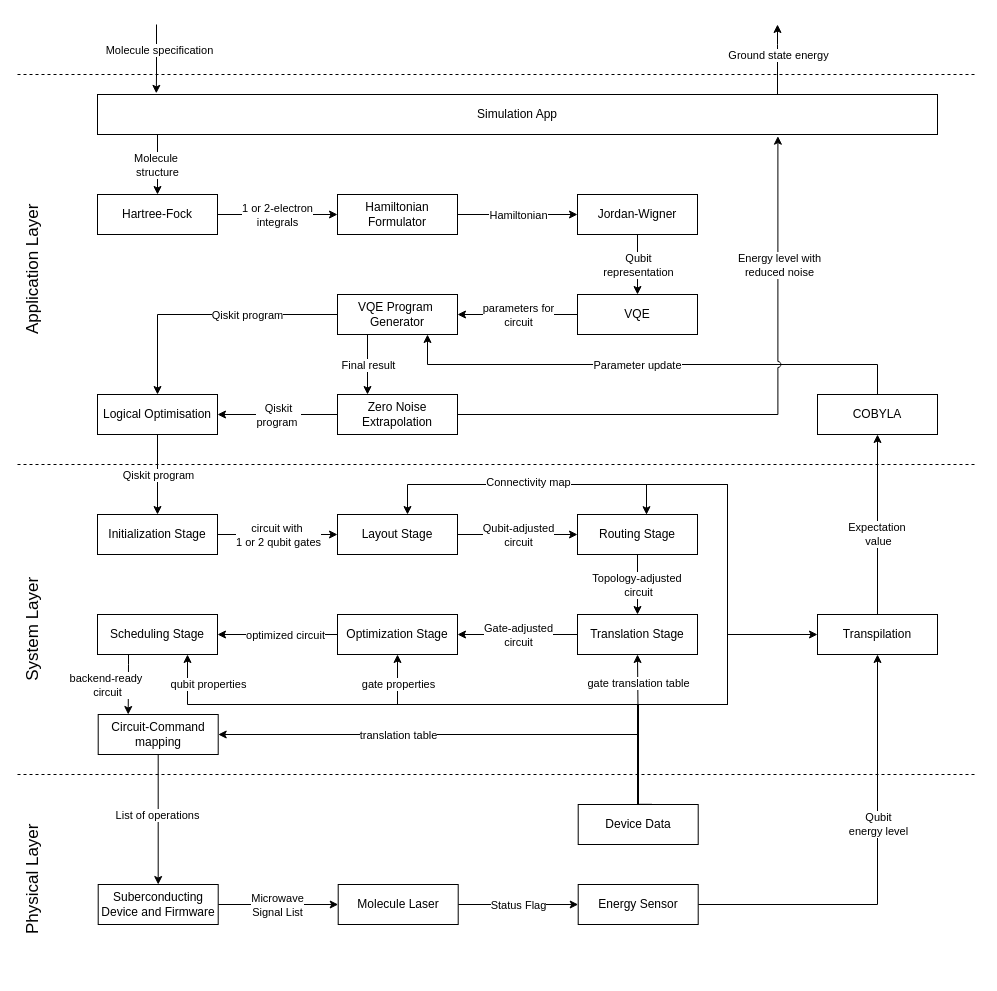
This is page "scenario1" (1 of 3) of docs/images/RuntimeView.drawio from FullStaQD/architecture, a draw.io file, before an edit. Source tidied: cells renumbered, new cells numbered last; positions are measured from the earlier drawing's top-left corner, leaving out a move shared by most shapes. Both pictures are drawn from the tidied source at 100%, with x=0, y=0 at pixel (-53, 24).
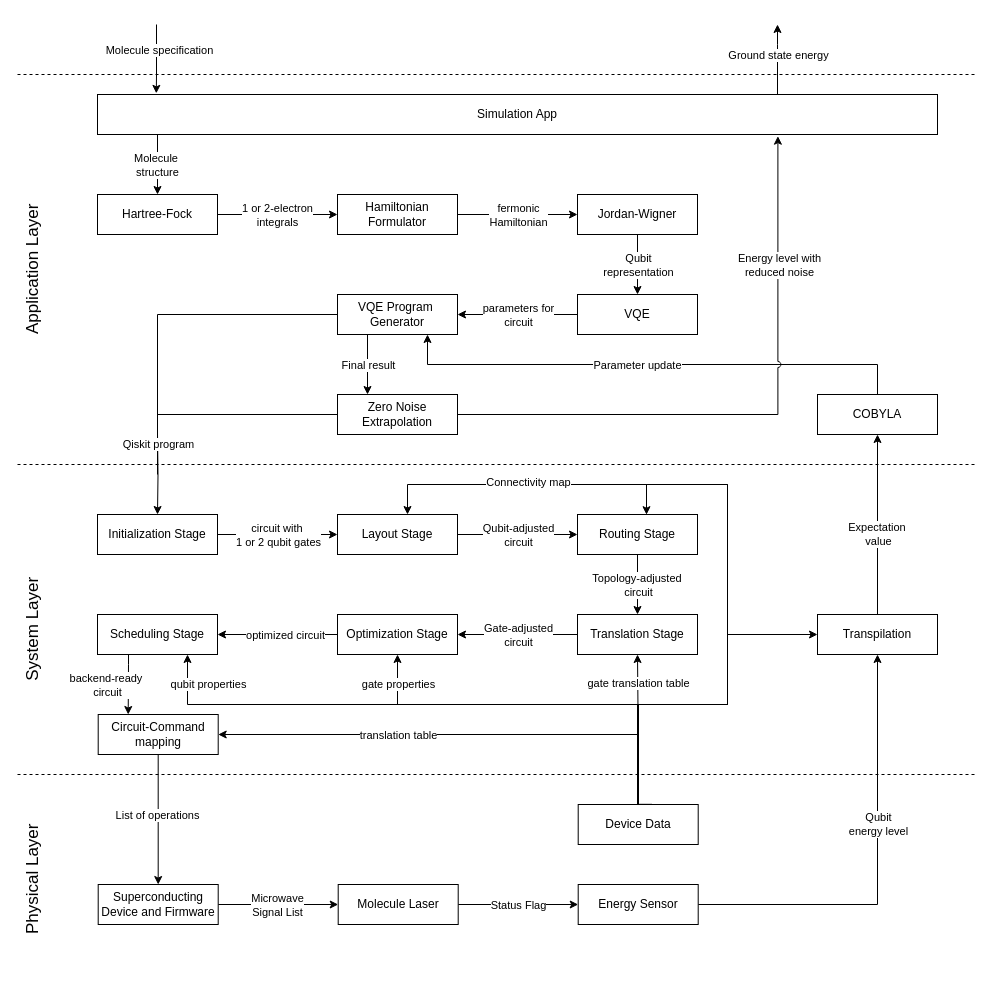
After the change.

The change refers to these unchanged cells:
```xml
<mxCell id="13" style="edgeStyle=orthogonalEdgeStyle;rounded=0;jettySize=auto;html=1;entryX=0;entryY=0.5;entryDx=0;entryDy=0;" parent="1" edge="1" source="16" target="12">
  <mxGeometry relative="1" as="geometry" />
</mxCell>
<mxCell id="25" value="VQE Program&amp;nbsp;&lt;div&gt;Generator&lt;/div&gt;" style="rounded=0;whiteSpace=wrap;html=1;" parent="1" vertex="1">
  <mxGeometry x="390" y="270" width="120" height="40" as="geometry" />
</mxCell>
<mxCell id="37" value="Initialization Stage" style="rounded=0;whiteSpace=wrap;html=1;" parent="1" vertex="1">
  <mxGeometry x="150" y="490" width="120" height="40" as="geometry" />
</mxCell>
<mxCell id="74" value="Zero Noise Extrapolation" style="rounded=0;whiteSpace=wrap;html=1;" parent="1" vertex="1">
  <mxGeometry x="390" y="370" width="120" height="40" as="geometry" />
</mxCell>
```

Change to the diagram source:
```diff
@@
-    <mxCell id="15" value="Hamiltonian" style="edgeLabel;html=1;align=center;verticalAlign=middle;" parent="13" vertex="1">
+    <mxCell id="15" value="fermonic&lt;div&gt;Hamiltonian&lt;/div&gt;" style="edgeLabel;html=1;align=center;verticalAlign=middle;" parent="13" vertex="1">
       <mxGeometry x="-0.17" y="-3" relative="1" as="geometry">
         <mxPoint x="10" y="-3" as="offset" />
       </mxGeometry>
     </mxCell>
@@
-    <mxCell id="21" style="edgeStyle=orthogonalEdgeStyle;rounded=0;jettySize=auto;html=1;entryX=0.5;entryY=0;entryDx=0;entryDy=0;" parent="1" edge="1" source="25" target="28">
+    <mxCell id="21" style="edgeStyle=orthogonalEdgeStyle;rounded=0;jettySize=auto;html=1;endArrow=none;endFill=0;" parent="1" edge="1" source="25">
       <mxGeometry relative="1" as="geometry">
+        <mxPoint x="210" y="450" as="targetPoint" />
         <Array as="points">
           <mxPoint x="210" y="290" />
         </Array>
       </mxGeometry>
     </mxCell>
-    <mxCell id="22" value="Qiskit program" style="edgeLabel;html=1;align=center;verticalAlign=middle;" parent="21" vertex="1">
-      <mxGeometry x="-0.29" y="1" relative="1" as="geometry">
-        <mxPoint x="1" y="-1" as="offset" />
-      </mxGeometry>
-    </mxCell>
@@
-    <mxCell id="26" style="edgeStyle=orthogonalEdgeStyle;rounded=0;jettySize=auto;html=1;entryX=0.5;entryY=0;entryDx=0;entryDy=0;" parent="1" edge="1" source="28" target="37">
-      <mxGeometry relative="1" as="geometry" />
+    <mxCell id="26" style="edgeStyle=orthogonalEdgeStyle;rounded=0;jettySize=auto;html=1;entryX=0.5;entryY=0;entryDx=0;entryDy=0;" parent="1" edge="1" target="37">
+      <mxGeometry relative="1" as="geometry">
+        <mxPoint x="210" y="410" as="sourcePoint" />
+      </mxGeometry>
     </mxCell>
     <mxCell id="27" value="Qiskit program" style="edgeLabel;html=1;align=center;verticalAlign=middle;" parent="26" vertex="1">
       <mxGeometry x="0.1" y="1" relative="1" as="geometry">
-        <mxPoint x="-1" y="-4" as="offset" />
+        <mxPoint x="-1" y="-34" as="offset" />
       </mxGeometry>
     </mxCell>
-    <mxCell id="28" value="Logical Optimisation" style="rounded=0;whiteSpace=wrap;html=1;" parent="1" vertex="1">
-      <mxGeometry x="150" y="370" width="120" height="40" as="geometry" />
-    </mxCell>
@@
-    <mxCell id="55" value="Suberconducting&lt;div&gt;Device and Firmware&lt;/div&gt;" style="rounded=0;whiteSpace=wrap;html=1;" parent="1" vertex="1">
+    <mxCell id="55" value="Superconducting&lt;div&gt;Device and Firmware&lt;/div&gt;" style="rounded=0;whiteSpace=wrap;html=1;" parent="1" vertex="1">
       <mxGeometry x="150.7" y="860" width="120" height="40" as="geometry" />
     </mxCell>
@@
-    <mxCell id="72" style="edgeStyle=orthogonalEdgeStyle;rounded=0;jettySize=auto;html=1;entryX=1;entryY=0.5;entryDx=0;entryDy=0;" parent="1" edge="1" source="74" target="28">
-      <mxGeometry relative="1" as="geometry" />
+    <mxCell id="72" style="edgeStyle=orthogonalEdgeStyle;rounded=0;jettySize=auto;html=1;endArrow=none;endFill=0;" parent="1" edge="1" source="74">
+      <mxGeometry relative="1" as="geometry">
+        <mxPoint x="210" y="390" as="targetPoint" />
+      </mxGeometry>
     </mxCell>
-    <mxCell id="73" value="Qiskit&lt;div&gt;program&amp;nbsp;&lt;/div&gt;" style="edgeLabel;html=1;align=center;verticalAlign=middle;" parent="72" vertex="1">
-      <mxGeometry x="0.22" y="-4" relative="1" as="geometry">
-        <mxPoint x="13" y="4" as="offset" />
-      </mxGeometry>
-    </mxCell>
```
